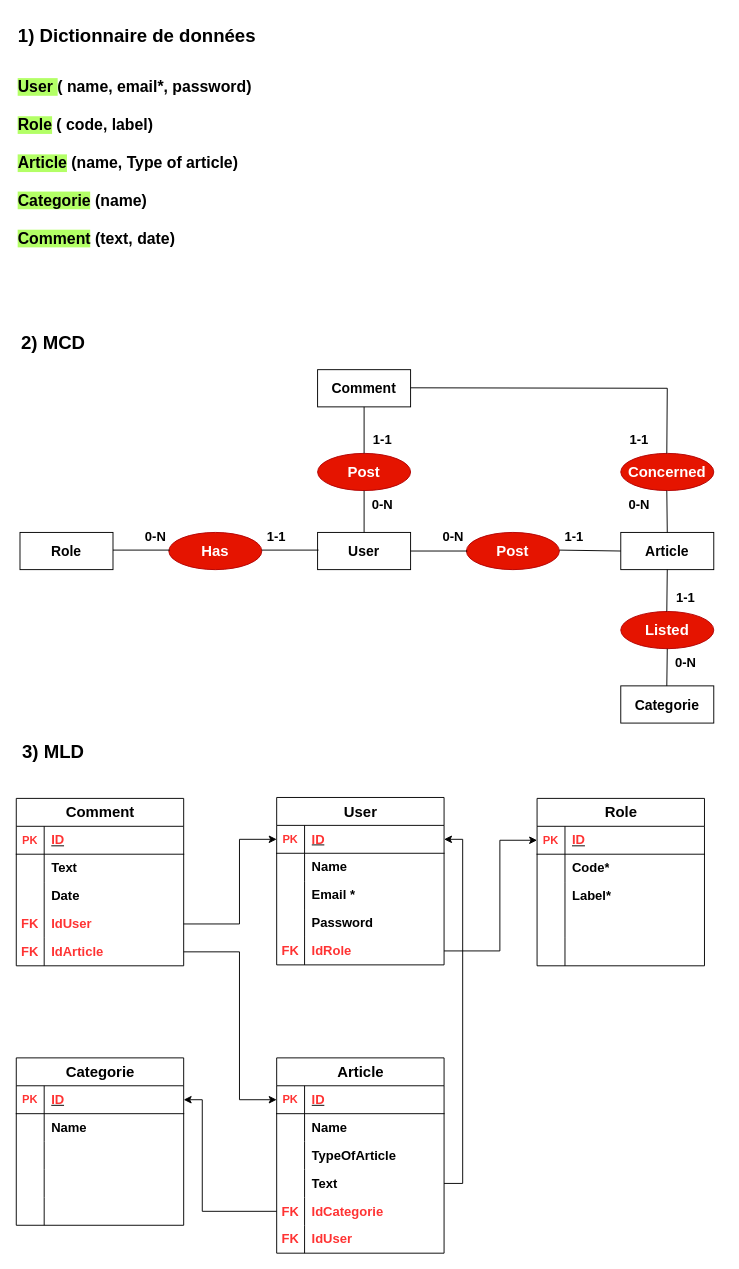
Earlier version of the draw.io diagram diagrams/Dico-MCD-MLD.drawio (Yamin-13/le-jardin-fleuris). Source tidied: cells renumbered, new cells numbered last; positions are measured from the earlier drawing's top-left corner, leaving out a move shared by most shapes. Both pictures are drawn from the tidied source at 93%, with x=0, y=0 at pixel (16, 16).
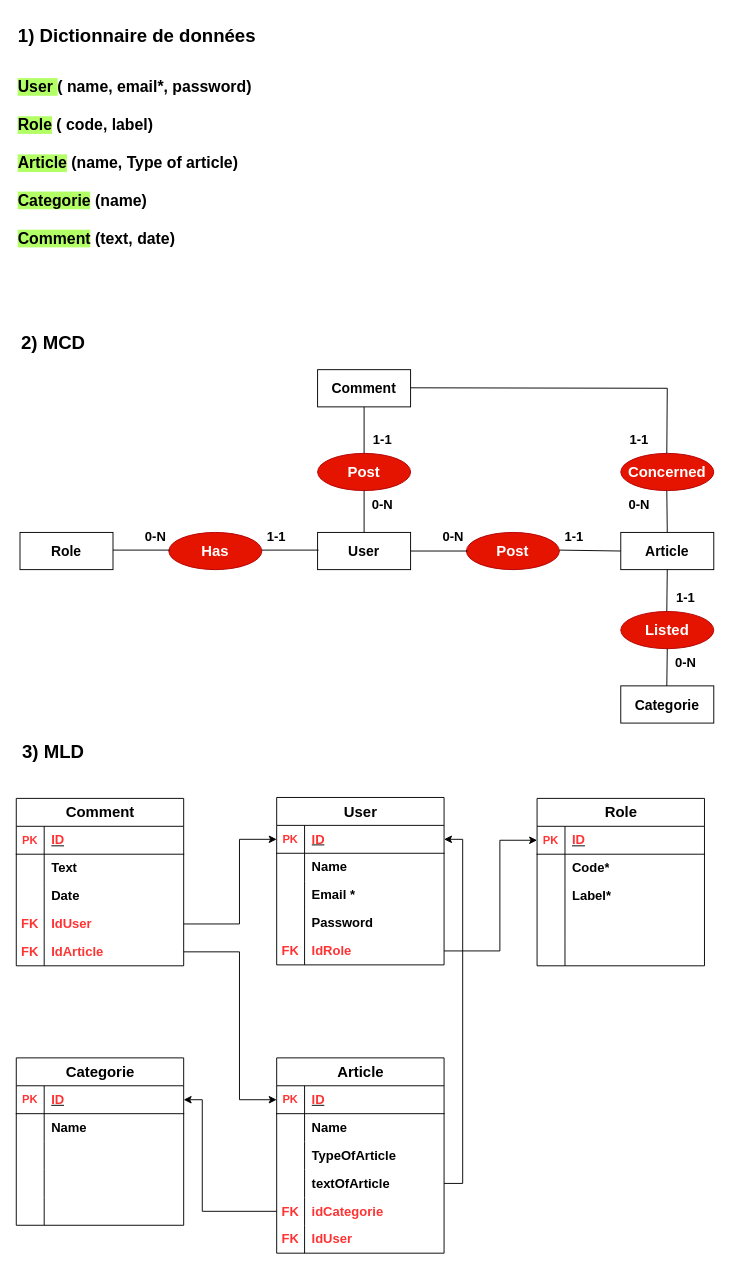
The same diagram, later.

The change refers to these unchanged cells:
```xml
<mxCell id="89" style="shape=tableRow;horizontal=0;startSize=0;swimlaneHead=0;swimlaneBody=0;fillColor=none;points=[[0,0.5],[1,0.5]];portConstraint=eastwest;top=0;left=0;right=0;bottom=0;" parent="79" vertex="1">
  <mxGeometry y="120" width="180" height="30" as="geometry" />
</mxCell>
<mxCell id="92" style="shape=tableRow;horizontal=0;startSize=0;swimlaneHead=0;swimlaneBody=0;fillColor=none;points=[[0,0.5],[1,0.5]];portConstraint=eastwest;top=0;left=0;right=0;bottom=0;" parent="79" vertex="1">
  <mxGeometry y="150" width="180" height="30" as="geometry" />
</mxCell>
```

Change to the diagram source:
```diff
@@
-    <mxCell id="91" value="&lt;span style=&quot;font-size: 14px;&quot;&gt;&lt;b&gt;Text&lt;/b&gt;&lt;/span&gt;" style="shape=partialRectangle;fillColor=none;top=0;left=0;bottom=0;right=0;align=left;spacingLeft=6;overflow=hidden;whiteSpace=wrap;html=1;" parent="89" vertex="1">
+    <mxCell id="91" value="&lt;span style=&quot;font-size: 14px;&quot;&gt;&lt;b&gt;textOfArticle&lt;/b&gt;&lt;/span&gt;" style="shape=partialRectangle;fillColor=none;top=0;left=0;bottom=0;right=0;align=left;spacingLeft=6;overflow=hidden;whiteSpace=wrap;html=1;" parent="89" vertex="1">
       <mxGeometry x="30" width="150" height="30" as="geometry" />
     </mxCell>
@@
-    <mxCell id="94" value="&lt;font color=&quot;#ff3333&quot; style=&quot;font-size: 14px;&quot;&gt;&lt;b&gt;IdCategorie&lt;/b&gt;&lt;/font&gt;" style="shape=partialRectangle;fillColor=none;top=0;left=0;bottom=0;right=0;align=left;spacingLeft=6;overflow=hidden;whiteSpace=wrap;html=1;" parent="92" vertex="1">
+    <mxCell id="94" value="&lt;font color=&quot;#ff3333&quot; style=&quot;font-size: 14px;&quot;&gt;&lt;b&gt;idCategorie&lt;/b&gt;&lt;/font&gt;" style="shape=partialRectangle;fillColor=none;top=0;left=0;bottom=0;right=0;align=left;spacingLeft=6;overflow=hidden;whiteSpace=wrap;html=1;" parent="92" vertex="1">
       <mxGeometry x="30" width="150" height="30" as="geometry" />
     </mxCell>
```
